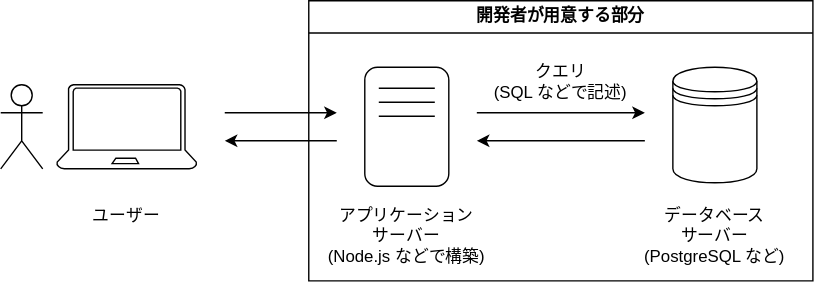
The draw.io diagram docs/3-web-servers/07-database/database-application-server.drawio.svg in ut-code/utcode-learn, before a commit. Source tidied: cells renumbered, new cells last; positions are measured from the earlier drawing's top-left corner, leaving out a move shared by most shapes. Its diagram source:
```xml
<mxGraphModel>
  <root>
    <mxCell id="0" />
    <mxCell id="1" parent="0" />
    <mxCell id="2" style="shape=umlActor;verticalLabelPosition=bottom;verticalAlign=top;html=1;fontFamily=sans-serif;" parent="1" vertex="1">
      <mxGeometry y="60" width="30" height="60" as="geometry" />
    </mxCell>
    <mxCell id="3" style="sketch=0;shadow=0;dashed=0;html=1;strokeColor=default;labelPosition=center;verticalLabelPosition=bottom;verticalAlign=top;align=center;fillColor=none;shape=mxgraph.azure.laptop;fontFamily=sans-serif;" parent="1" vertex="1">
      <mxGeometry x="40" y="60" width="100" height="60" as="geometry" />
    </mxCell>
    <mxCell id="4" value="ユーザー" style="text;html=1;strokeColor=none;fillColor=none;align=center;verticalAlign=top;whiteSpace=wrap;rounded=0;strokeWidth=1;fontFamily=sans-serif;" parent="1" vertex="1">
      <mxGeometry x="10" y="140" width="160" height="50" as="geometry" />
    </mxCell>
    <mxCell id="5" style="endArrow=classic;html=1;fontFamily=sans-serif;" parent="1" edge="1">
      <mxGeometry relative="1" as="geometry">
        <mxPoint x="160" y="80" as="sourcePoint" />
        <mxPoint x="240" y="80" as="targetPoint" />
      </mxGeometry>
    </mxCell>
    <mxCell id="6" style="endArrow=classic;html=1;fontFamily=sans-serif;" parent="1" edge="1">
      <mxGeometry relative="1" as="geometry">
        <mxPoint x="240" y="100" as="sourcePoint" />
        <mxPoint x="160" y="100" as="targetPoint" />
      </mxGeometry>
    </mxCell>
    <mxCell id="7" value="開発者が用意する部分" style="swimlane;whiteSpace=wrap;html=1;labelBackgroundColor=none;strokeColor=default;strokeWidth=1;fontFamily=sans-serif;fillColor=default;" parent="1" vertex="1">
      <mxGeometry x="220" width="360" height="200" as="geometry" />
    </mxCell>
    <mxCell id="8" value="アプリケーション&lt;br&gt;サーバー&lt;br&gt;(Node.js などで構築)" style="text;html=1;strokeColor=none;fillColor=none;align=center;verticalAlign=top;whiteSpace=wrap;rounded=0;strokeWidth=1;fontFamily=sans-serif;" parent="7" vertex="1">
      <mxGeometry x="10" y="140" width="120" height="50" as="geometry" />
    </mxCell>
    <mxCell id="9" value="データベース&lt;br&gt;サーバー&lt;br&gt;(PostgreSQL など)" style="text;html=1;strokeColor=none;fillColor=none;align=center;verticalAlign=top;whiteSpace=wrap;rounded=0;strokeWidth=1;fontFamily=sans-serif;" parent="7" vertex="1">
      <mxGeometry x="230" y="140" width="120" height="50" as="geometry" />
    </mxCell>
    <mxCell id="10" style="shape=datastore;whiteSpace=wrap;html=1;strokeColor=default;strokeWidth=1;fontFamily=sans-serif;fillColor=none;" parent="7" vertex="1">
      <mxGeometry x="260" y="47.5" width="60" height="82.5" as="geometry" />
    </mxCell>
    <mxCell id="11" value="クエリ&lt;br&gt;(SQL などで記述)" style="text;html=1;strokeColor=none;fillColor=none;align=center;verticalAlign=middle;whiteSpace=wrap;rounded=0;strokeWidth=1;fontFamily=sans-serif;" parent="7" vertex="1">
      <mxGeometry x="120" y="42.5" width="120" height="30" as="geometry" />
    </mxCell>
    <mxCell id="12" style="endArrow=classic;html=1;fontFamily=sans-serif;" parent="7" edge="1">
      <mxGeometry relative="1" as="geometry">
        <mxPoint x="240" y="100" as="sourcePoint" />
        <mxPoint x="120" y="100" as="targetPoint" />
      </mxGeometry>
    </mxCell>
    <mxCell id="13" style="endArrow=classic;html=1;fontFamily=sans-serif;" parent="7" edge="1">
      <mxGeometry relative="1" as="geometry">
        <mxPoint x="120" y="80" as="sourcePoint" />
        <mxPoint x="240" y="80" as="targetPoint" />
      </mxGeometry>
    </mxCell>
    <mxCell id="14" style="group;" parent="7" vertex="1">
      <mxGeometry x="40" y="47.5" width="60" height="85" as="geometry" />
    </mxCell>
    <mxCell id="15" style="rounded=1;whiteSpace=wrap;html=1;strokeColor=default;strokeWidth=1;fontFamily=sans-serif;fillColor=none;" parent="14" vertex="1">
      <mxGeometry width="60" height="85" as="geometry" />
    </mxCell>
    <mxCell id="16" style="endArrow=none;html=1;fontFamily=sans-serif;" parent="14" edge="1">
      <mxGeometry relative="1" as="geometry">
        <mxPoint x="10" y="15" as="sourcePoint" />
        <mxPoint x="50" y="15" as="targetPoint" />
      </mxGeometry>
    </mxCell>
    <mxCell id="17" style="endArrow=none;html=1;fontFamily=sans-serif;" parent="14" edge="1">
      <mxGeometry relative="1" as="geometry">
        <mxPoint x="10" y="25" as="sourcePoint" />
        <mxPoint x="50" y="25" as="targetPoint" />
      </mxGeometry>
    </mxCell>
    <mxCell id="18" style="endArrow=none;html=1;fontFamily=sans-serif;" parent="14" edge="1">
      <mxGeometry relative="1" as="geometry">
        <mxPoint x="10" y="35" as="sourcePoint" />
        <mxPoint x="50" y="35" as="targetPoint" />
      </mxGeometry>
    </mxCell>
  </root>
</mxGraphModel>
```
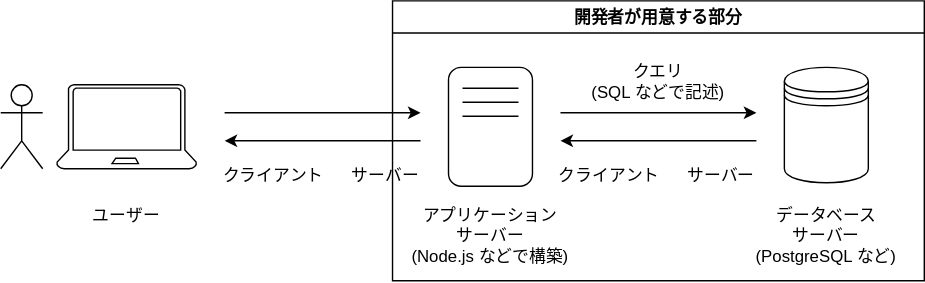
The same diagram one commit later.

The edit, as a diff of the source:
```diff
@@ -3,54 +3,54 @@
     <mxCell id="0" />
     <mxCell id="1" parent="0" />
     <mxCell id="2" style="shape=umlActor;verticalLabelPosition=bottom;verticalAlign=top;html=1;fontFamily=sans-serif;" parent="1" vertex="1">
-      <mxGeometry y="60" width="30" height="60" as="geometry" />
+      <mxGeometry x="-40" y="60" width="30" height="60" as="geometry" />
     </mxCell>
     <mxCell id="3" style="sketch=0;shadow=0;dashed=0;html=1;strokeColor=default;labelPosition=center;verticalLabelPosition=bottom;verticalAlign=top;align=center;fillColor=none;shape=mxgraph.azure.laptop;fontFamily=sans-serif;" parent="1" vertex="1">
-      <mxGeometry x="40" y="60" width="100" height="60" as="geometry" />
+      <mxGeometry y="60" width="100" height="60" as="geometry" />
     </mxCell>
     <mxCell id="4" value="ユーザー" style="text;html=1;strokeColor=none;fillColor=none;align=center;verticalAlign=top;whiteSpace=wrap;rounded=0;strokeWidth=1;fontFamily=sans-serif;" parent="1" vertex="1">
-      <mxGeometry x="10" y="140" width="160" height="50" as="geometry" />
+      <mxGeometry y="140" width="100" height="30" as="geometry" />
     </mxCell>
     <mxCell id="5" style="endArrow=classic;html=1;fontFamily=sans-serif;" parent="1" edge="1">
       <mxGeometry relative="1" as="geometry">
-        <mxPoint x="160" y="80" as="sourcePoint" />
-        <mxPoint x="240" y="80" as="targetPoint" />
+        <mxPoint x="120" y="80" as="sourcePoint" />
+        <mxPoint x="260" y="80" as="targetPoint" />
       </mxGeometry>
     </mxCell>
     <mxCell id="6" style="endArrow=classic;html=1;fontFamily=sans-serif;" parent="1" edge="1">
       <mxGeometry relative="1" as="geometry">
-        <mxPoint x="240" y="100" as="sourcePoint" />
-        <mxPoint x="160" y="100" as="targetPoint" />
+        <mxPoint x="260" y="100" as="sourcePoint" />
+        <mxPoint x="120" y="100" as="targetPoint" />
       </mxGeometry>
     </mxCell>
     <mxCell id="7" value="開発者が用意する部分" style="swimlane;whiteSpace=wrap;html=1;labelBackgroundColor=none;strokeColor=default;strokeWidth=1;fontFamily=sans-serif;fillColor=default;" parent="1" vertex="1">
-      <mxGeometry x="220" width="360" height="200" as="geometry" />
+      <mxGeometry x="240" width="380" height="200" as="geometry" />
     </mxCell>
     <mxCell id="8" value="アプリケーション&lt;br&gt;サーバー&lt;br&gt;(Node.js などで構築)" style="text;html=1;strokeColor=none;fillColor=none;align=center;verticalAlign=top;whiteSpace=wrap;rounded=0;strokeWidth=1;fontFamily=sans-serif;" parent="7" vertex="1">
       <mxGeometry x="10" y="140" width="120" height="50" as="geometry" />
     </mxCell>
     <mxCell id="9" value="データベース&lt;br&gt;サーバー&lt;br&gt;(PostgreSQL など)" style="text;html=1;strokeColor=none;fillColor=none;align=center;verticalAlign=top;whiteSpace=wrap;rounded=0;strokeWidth=1;fontFamily=sans-serif;" parent="7" vertex="1">
-      <mxGeometry x="230" y="140" width="120" height="50" as="geometry" />
+      <mxGeometry x="250" y="140" width="120" height="50" as="geometry" />
     </mxCell>
     <mxCell id="10" style="shape=datastore;whiteSpace=wrap;html=1;strokeColor=default;strokeWidth=1;fontFamily=sans-serif;fillColor=none;" parent="7" vertex="1">
-      <mxGeometry x="260" y="47.5" width="60" height="82.5" as="geometry" />
+      <mxGeometry x="280" y="47.5" width="60" height="82.5" as="geometry" />
     </mxCell>
     <mxCell id="11" value="クエリ&lt;br&gt;(SQL などで記述)" style="text;html=1;strokeColor=none;fillColor=none;align=center;verticalAlign=middle;whiteSpace=wrap;rounded=0;strokeWidth=1;fontFamily=sans-serif;" parent="7" vertex="1">
-      <mxGeometry x="120" y="42.5" width="120" height="30" as="geometry" />
+      <mxGeometry x="120" y="42.5" width="140" height="30" as="geometry" />
     </mxCell>
     <mxCell id="12" style="endArrow=classic;html=1;fontFamily=sans-serif;" parent="7" edge="1">
       <mxGeometry relative="1" as="geometry">
-        <mxPoint x="240" y="100" as="sourcePoint" />
+        <mxPoint x="260" y="100" as="sourcePoint" />
         <mxPoint x="120" y="100" as="targetPoint" />
       </mxGeometry>
     </mxCell>
     <mxCell id="13" style="endArrow=classic;html=1;fontFamily=sans-serif;" parent="7" edge="1">
       <mxGeometry relative="1" as="geometry">
         <mxPoint x="120" y="80" as="sourcePoint" />
-        <mxPoint x="240" y="80" as="targetPoint" />
+        <mxPoint x="260" y="80" as="targetPoint" />
       </mxGeometry>
     </mxCell>
-    <mxCell id="14" style="group;" parent="7" vertex="1">
+    <mxCell id="14" style="group;fontFamily=sans-serif;" parent="7" vertex="1">
       <mxGeometry x="40" y="47.5" width="60" height="85" as="geometry" />
     </mxCell>
     <mxCell id="15" style="rounded=1;whiteSpace=wrap;html=1;strokeColor=default;strokeWidth=1;fontFamily=sans-serif;fillColor=none;" parent="14" vertex="1">
@@ -74,5 +74,17 @@
         <mxPoint x="50" y="35" as="targetPoint" />
       </mxGeometry>
     </mxCell>
+    <mxCell id="19" value="クライアント" style="text;html=1;strokeColor=none;fillColor=none;align=center;verticalAlign=middle;whiteSpace=wrap;rounded=0;fontFamily=sans-serif;" parent="7" vertex="1">
+      <mxGeometry x="110" y="110" width="90" height="30" as="geometry" />
+    </mxCell>
+    <mxCell id="20" value="サーバー" style="text;html=1;strokeColor=none;fillColor=none;align=center;verticalAlign=middle;whiteSpace=wrap;rounded=0;fontFamily=sans-serif;" parent="7" vertex="1">
+      <mxGeometry x="200" y="110" width="70" height="30" as="geometry" />
+    </mxCell>
+    <mxCell id="21" value="クライアント" style="text;html=1;strokeColor=none;fillColor=none;align=center;verticalAlign=middle;whiteSpace=wrap;rounded=0;fontFamily=sans-serif;" parent="7" vertex="1">
+      <mxGeometry x="-130" y="110" width="90" height="30" as="geometry" />
+    </mxCell>
+    <mxCell id="22" value="サーバー" style="text;html=1;strokeColor=none;fillColor=none;align=center;verticalAlign=middle;whiteSpace=wrap;rounded=0;fontFamily=sans-serif;" parent="7" vertex="1">
+      <mxGeometry x="-40" y="110" width="70" height="30" as="geometry" />
+    </mxCell>
   </root>
 </mxGraphModel>
```
